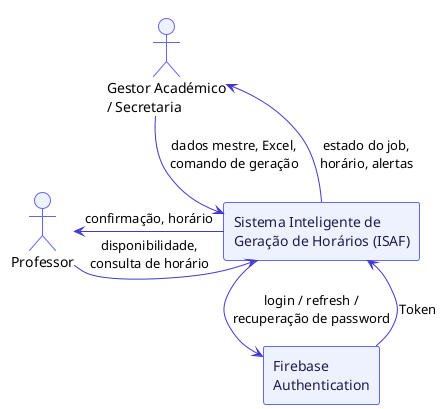
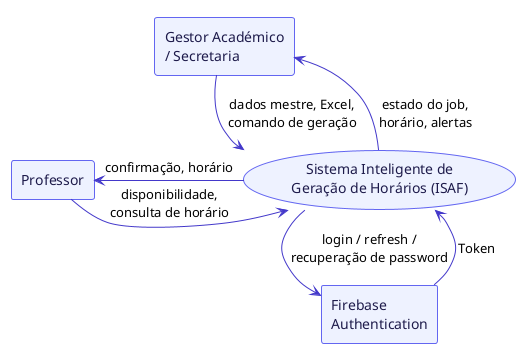
@startuml contexto
!pragma layout smetana
!theme plain
skinparam backgroundColor white
- skinparam actor {
+ skinparam rectangle {
  BorderColor #6366F1
  BackgroundColor #EEF2FF
+   FontColor #1E1B4B
}
- skinparam rectangle {
+ skinparam usecase {
  BorderColor #6366F1
  BackgroundColor #EEF2FF
  FontColor #1E1B4B
}
skinparam ArrowColor #4338CA
skinparam nodesep 90
skinparam ranksep 90

- actor "Gestor Académico\n/ Secretaria" as Gestor
- actor "Professor" as Professor
- rectangle "Sistema Inteligente de\nGeração de Horários (ISAF)" as Sistema
+ rectangle "Gestor Académico\n/ Secretaria" as Gestor
+ rectangle "Professor" as Professor
+ usecase "Sistema Inteligente de\nGeração de Horários (ISAF)" as Sistema
rectangle "Firebase\nAuthentication" as Firebase

Gestor -right-> Sistema : dados mestre, Excel,\ncomando de geração
Sistema -left-> Gestor : estado do job,\nhorário, alertas

Professor -right-> Sistema : disponibilidade,\nconsulta de horário
Sistema -left-> Professor : confirmação, horário

Sistema -down-> Firebase : login / refresh /\nrecuperação de password
Firebase -up-> Sistema : Token

Gestor -[hidden]down- Professor

- 
@enduml
